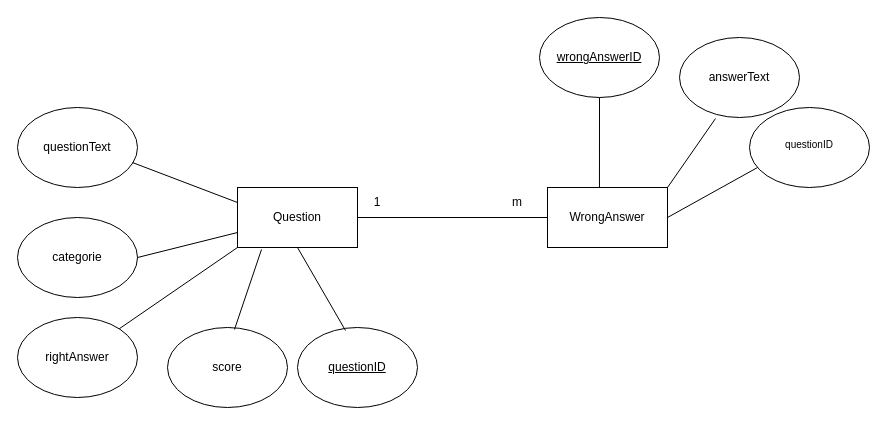
The draw.io diagram Projektdateien/DatenbankModell.drawio in Finn-B-DHBW/Der-Grosse-Preis, before the edit. Source tidied: cells renumbered, new cells numbered last; positions are measured from the earlier drawing's top-left corner, leaving out a move shared by most shapes. Both pictures are drawn from the tidied source at 100%, with x=0, y=0 at pixel (17, 17).
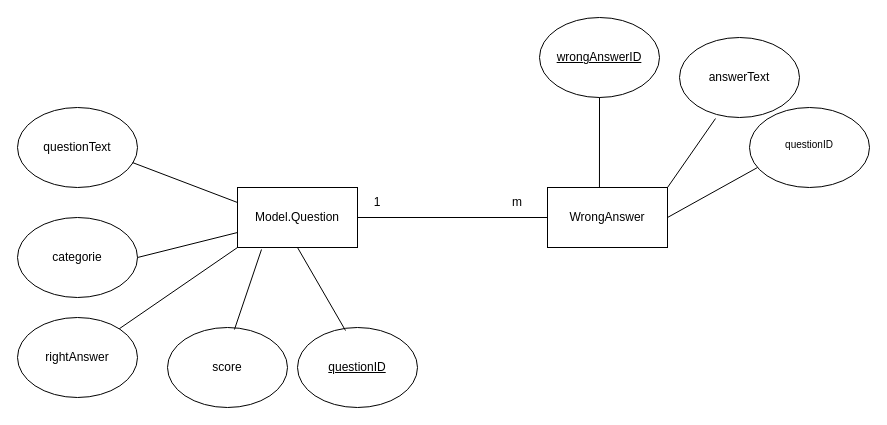
The same diagram, later.

What changed in the source:
```diff
@@
-    <mxCell id="2" value="Question" style="rounded=0;whiteSpace=wrap;html=1;" parent="1" vertex="1">
+    <mxCell id="2" value="Model.Question" style="rounded=0;whiteSpace=wrap;html=1;" parent="1" vertex="1">
       <mxGeometry x="220" y="170" width="120" height="60" as="geometry" />
     </mxCell>
```
